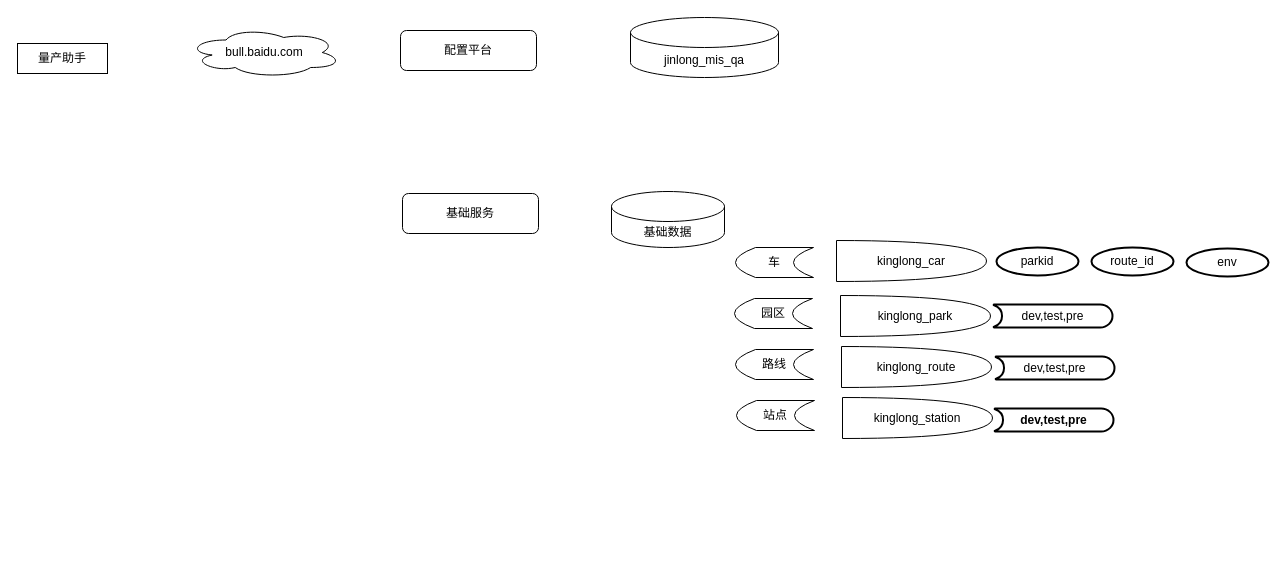
Before: Untitled Diagram.drawio in ytuglt/app_diagrams_net, a draw.io diagram. Source tidied: cells renumbered, new cells numbered last; positions are measured from the earlier drawing's top-left corner, leaving out a move shared by most shapes. Both pictures are drawn from the tidied source at 100%, with x=0, y=0 at pixel (17, 17).
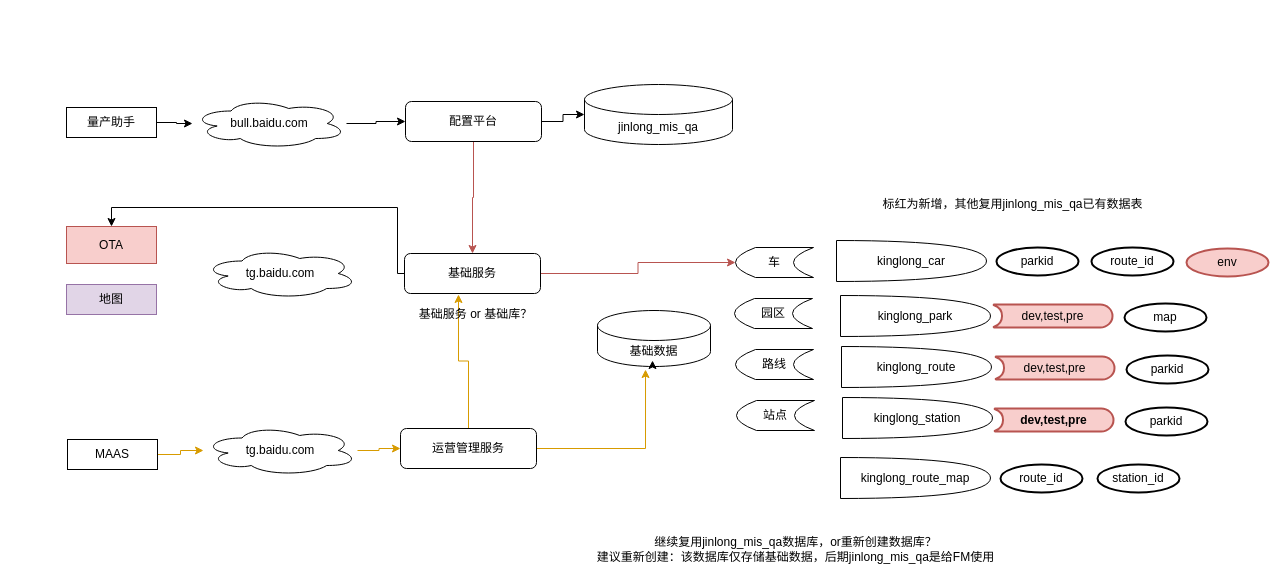
The same diagram, later.

Unchanged cells that the change refers to:
```xml
<mxCell id="9" value="车" style="shape=dataStorage;whiteSpace=wrap;html=1;fixedSize=1;" parent="1" vertex="1">
  <mxGeometry x="718" y="230" width="78" height="30" as="geometry" />
</mxCell>
```

Diff of the diagram source:
```diff
@@
+    <mxCell id="22" style="edgeStyle=orthogonalEdgeStyle;rounded=0;jettySize=auto;html=1;" parent="1" edge="1" source="2" target="4">
+      <mxGeometry relative="1" as="geometry" />
+    </mxCell>
     <mxCell id="2" value="量产助手" style="rounded=0;whiteSpace=wrap;html=1;" parent="1" vertex="1">
-      <mxGeometry y="26" width="90" height="30" as="geometry" />
+      <mxGeometry x="49" y="90" width="90" height="30" as="geometry" />
     </mxCell>
     <mxCell id="3" value="jinlong_mis_qa" style="shape=cylinder3;whiteSpace=wrap;html=1;boundedLbl=1;backgroundOutline=1;size=15;" parent="1" vertex="1">
-      <mxGeometry x="613" width="148" height="60" as="geometry" />
+      <mxGeometry x="567" y="67" width="148" height="60" as="geometry" />
     </mxCell>
+    <mxCell id="23" style="edgeStyle=orthogonalEdgeStyle;rounded=0;jettySize=auto;html=1;" parent="1" edge="1" source="4" target="5">
+      <mxGeometry relative="1" as="geometry" />
+    </mxCell>
     <mxCell id="4" value="bull.baidu.com" style="ellipse;shape=cloud;whiteSpace=wrap;html=1;" parent="1" vertex="1">
-      <mxGeometry x="170" y="10" width="154" height="50" as="geometry" />
+      <mxGeometry x="175" y="81" width="154" height="50" as="geometry" />
     </mxCell>
+    <mxCell id="24" style="edgeStyle=orthogonalEdgeStyle;rounded=0;jettySize=auto;html=1;" parent="1" edge="1" source="5" target="3">
+      <mxGeometry relative="1" as="geometry" />
+    </mxCell>
+    <mxCell id="25" style="edgeStyle=orthogonalEdgeStyle;rounded=0;jettySize=auto;html=1;fillColor=#f8cecc;strokeColor=#b85450;" parent="1" edge="1" source="5" target="6">
+      <mxGeometry relative="1" as="geometry" />
+    </mxCell>
     <mxCell id="5" value="配置平台" style="rounded=1;whiteSpace=wrap;html=1;" parent="1" vertex="1">
-      <mxGeometry x="383" y="13" width="136" height="40" as="geometry" />
+      <mxGeometry x="388" y="84" width="136" height="40" as="geometry" />
     </mxCell>
+    <mxCell id="26" style="edgeStyle=orthogonalEdgeStyle;rounded=0;jettySize=auto;html=1;fillColor=#f8cecc;strokeColor=#b85450;" parent="1" edge="1" source="6" target="9">
+      <mxGeometry relative="1" as="geometry" />
+    </mxCell>
+    <mxCell id="27" style="edgeStyle=orthogonalEdgeStyle;rounded=0;jettySize=auto;html=1;entryX=0.5;entryY=0;entryDx=0;entryDy=0;" parent="1" edge="1" source="6" target="41">
+      <mxGeometry relative="1" as="geometry">
+        <Array as="points">
+          <mxPoint x="380" y="256" />
+          <mxPoint x="380" y="190" />
+          <mxPoint x="94" y="190" />
+        </Array>
+      </mxGeometry>
+    </mxCell>
     <mxCell id="6" value="基础服务" style="rounded=1;whiteSpace=wrap;html=1;" parent="1" vertex="1">
-      <mxGeometry x="385" y="176" width="136" height="40" as="geometry" />
+      <mxGeometry x="387" y="236" width="136" height="40" as="geometry" />
     </mxCell>
     <mxCell id="7" value="基础数据" style="shape=cylinder3;whiteSpace=wrap;html=1;boundedLbl=1;backgroundOutline=1;size=15;" parent="1" vertex="1">
-      <mxGeometry x="594" y="174" width="113" height="56" as="geometry" />
+      <mxGeometry x="580" y="293" width="113" height="56" as="geometry" />
     </mxCell>
@@
-    <mxCell id="14" value="dev,test,pre" style="strokeWidth=2;html=1;shape=mxgraph.flowchart.stored_data;whiteSpace=wrap;direction=west;" parent="1" vertex="1">
+    <mxCell id="14" value="dev,test,pre" style="strokeWidth=2;html=1;shape=mxgraph.flowchart.stored_data;whiteSpace=wrap;direction=west;fillColor=#f8cecc;strokeColor=#b85450;" parent="1" vertex="1">
       <mxGeometry x="976" y="287" width="119" height="23" as="geometry" />
     </mxCell>
@@
-    <mxCell id="17" value="dev,test,pre" style="strokeWidth=2;html=1;shape=mxgraph.flowchart.stored_data;whiteSpace=wrap;direction=west;" parent="1" vertex="1">
+    <mxCell id="17" value="dev,test,pre" style="strokeWidth=2;html=1;shape=mxgraph.flowchart.stored_data;whiteSpace=wrap;direction=west;fillColor=#f8cecc;strokeColor=#b85450;" parent="1" vertex="1">
       <mxGeometry x="978" y="339" width="119" height="23" as="geometry" />
     </mxCell>
-    <mxCell id="18" value="dev,test,pre" style="strokeWidth=2;html=1;shape=mxgraph.flowchart.stored_data;whiteSpace=wrap;direction=west;fontStyle=1;" parent="1" vertex="1">
+    <mxCell id="18" value="dev,test,pre" style="strokeWidth=2;html=1;shape=mxgraph.flowchart.stored_data;whiteSpace=wrap;direction=west;fontStyle=1;fillColor=#f8cecc;strokeColor=#b85450;" parent="1" vertex="1">
       <mxGeometry x="977" y="391" width="119" height="23" as="geometry" />
     </mxCell>
@@
-    <mxCell id="21" value="env" style="strokeWidth=2;html=1;shape=mxgraph.flowchart.start_1;whiteSpace=wrap;" parent="1" vertex="1">
+    <mxCell id="21" value="env" style="strokeWidth=2;html=1;shape=mxgraph.flowchart.start_1;whiteSpace=wrap;fillColor=#f8cecc;strokeColor=#b85450;" parent="1" vertex="1">
       <mxGeometry x="1169" y="231" width="82" height="28" as="geometry" />
     </mxCell>
+    <mxCell id="28" style="edgeStyle=orthogonalEdgeStyle;rounded=0;orthogonalLoop=1;jettySize=auto;html=1;exitX=0.5;exitY=1;exitDx=0;exitDy=0;exitPerimeter=0;entryX=0.487;entryY=0.893;entryDx=0;entryDy=0;entryPerimeter=0;" parent="1" edge="1" source="7" target="7">
+      <mxGeometry relative="1" as="geometry" />
+    </mxCell>
+    <mxCell id="29" value="map" style="strokeWidth=2;html=1;shape=mxgraph.flowchart.start_1;whiteSpace=wrap;" parent="1" vertex="1">
+      <mxGeometry x="1107" y="286" width="82" height="28" as="geometry" />
+    </mxCell>
+    <mxCell id="30" value="parkid" style="strokeWidth=2;html=1;shape=mxgraph.flowchart.start_1;whiteSpace=wrap;" parent="1" vertex="1">
+      <mxGeometry x="1109" y="338" width="82" height="28" as="geometry" />
+    </mxCell>
+    <mxCell id="31" value="kinglong_route_map" style="shape=or;whiteSpace=wrap;html=1;" parent="1" vertex="1">
+      <mxGeometry x="823" y="440" width="150" height="41" as="geometry" />
+    </mxCell>
+    <mxCell id="32" value="route_id" style="strokeWidth=2;html=1;shape=mxgraph.flowchart.start_1;whiteSpace=wrap;" parent="1" vertex="1">
+      <mxGeometry x="983" y="447" width="82" height="28" as="geometry" />
+    </mxCell>
+    <mxCell id="33" value="station_id" style="strokeWidth=2;html=1;shape=mxgraph.flowchart.start_1;whiteSpace=wrap;" parent="1" vertex="1">
+      <mxGeometry x="1080" y="447" width="82" height="28" as="geometry" />
+    </mxCell>
+    <mxCell id="34" value="parkid" style="strokeWidth=2;html=1;shape=mxgraph.flowchart.start_1;whiteSpace=wrap;" parent="1" vertex="1">
+      <mxGeometry x="1108" y="390" width="82" height="28" as="geometry" />
+    </mxCell>
+    <mxCell id="35" value="标红为新增，其他复用jinlong_mis_qa已有数据表" style="text;html=1;align=center;verticalAlign=middle;strokeColor=none;fillColor=none;" parent="1" vertex="1">
+      <mxGeometry x="856" y="177" width="277" height="19" as="geometry" />
+    </mxCell>
+    <mxCell id="36" value="继续复用&lt;span&gt;jinlong_mis_qa数据库，or重新创建数据库？&lt;br&gt;建议重新创建：该数据库仅存储基础数据，后期jinlong_mis_qa是给FM使用&lt;br&gt;&lt;/span&gt;" style="text;html=1;align=center;verticalAlign=middle;strokeColor=none;fillColor=none;" parent="1" vertex="1">
+      <mxGeometry x="571" y="515" width="414" height="33" as="geometry" />
+    </mxCell>
+    <mxCell id="37" style="edgeStyle=orthogonalEdgeStyle;rounded=0;jettySize=auto;html=1;entryX=0.425;entryY=1.054;entryDx=0;entryDy=0;entryPerimeter=0;fillColor=#ffe6cc;strokeColor=#d79b00;" parent="1" edge="1" source="39" target="7">
+      <mxGeometry relative="1" as="geometry" />
+    </mxCell>
+    <mxCell id="38" style="edgeStyle=orthogonalEdgeStyle;rounded=0;jettySize=auto;html=1;entryX=0.397;entryY=1.025;entryDx=0;entryDy=0;entryPerimeter=0;fillColor=#ffe6cc;strokeColor=#d79b00;" parent="1" edge="1" source="39" target="6">
+      <mxGeometry relative="1" as="geometry" />
+    </mxCell>
+    <mxCell id="39" value="运营管理服务" style="rounded=1;whiteSpace=wrap;html=1;" parent="1" vertex="1">
+      <mxGeometry x="383" y="411" width="136" height="40" as="geometry" />
+    </mxCell>
+    <mxCell id="40" value="地图" style="rounded=0;whiteSpace=wrap;html=1;fillColor=#e1d5e7;strokeColor=#9673a6;" parent="1" vertex="1">
+      <mxGeometry x="49" y="267" width="90" height="30" as="geometry" />
+    </mxCell>
+    <mxCell id="41" value="OTA" style="rounded=0;whiteSpace=wrap;html=1;fillColor=#f8cecc;strokeColor=#b85450;" parent="1" vertex="1">
+      <mxGeometry x="49" y="209" width="90" height="37" as="geometry" />
+    </mxCell>
+    <mxCell id="42" value="tg.baidu.com" style="ellipse;shape=cloud;whiteSpace=wrap;html=1;" parent="1" vertex="1">
+      <mxGeometry x="186" y="231" width="154" height="50" as="geometry" />
+    </mxCell>
+    <mxCell id="43" style="edgeStyle=orthogonalEdgeStyle;rounded=0;jettySize=auto;html=1;entryX=0;entryY=0.5;entryDx=0;entryDy=0;fillColor=#ffe6cc;strokeColor=#d79b00;" parent="1" edge="1" source="44" target="39">
+      <mxGeometry relative="1" as="geometry" />
+    </mxCell>
+    <mxCell id="44" value="tg.baidu.com" style="ellipse;shape=cloud;whiteSpace=wrap;html=1;" parent="1" vertex="1">
+      <mxGeometry x="186" y="408" width="154" height="50" as="geometry" />
+    </mxCell>
+    <mxCell id="45" style="edgeStyle=orthogonalEdgeStyle;rounded=0;jettySize=auto;html=1;fillColor=#ffe6cc;strokeColor=#d79b00;" parent="1" edge="1" source="46" target="44">
+      <mxGeometry relative="1" as="geometry" />
+    </mxCell>
+    <mxCell id="46" value="MAAS" style="rounded=0;whiteSpace=wrap;html=1;" parent="1" vertex="1">
+      <mxGeometry x="50" y="422" width="90" height="30" as="geometry" />
+    </mxCell>
+    <mxCell id="47" value="基础服务 or 基础库？" style="text;html=1;align=center;verticalAlign=middle;strokeColor=none;fillColor=none;" parent="1" vertex="1">
+      <mxGeometry x="396" y="287" width="124" height="19" as="geometry" />
+    </mxCell>
```
